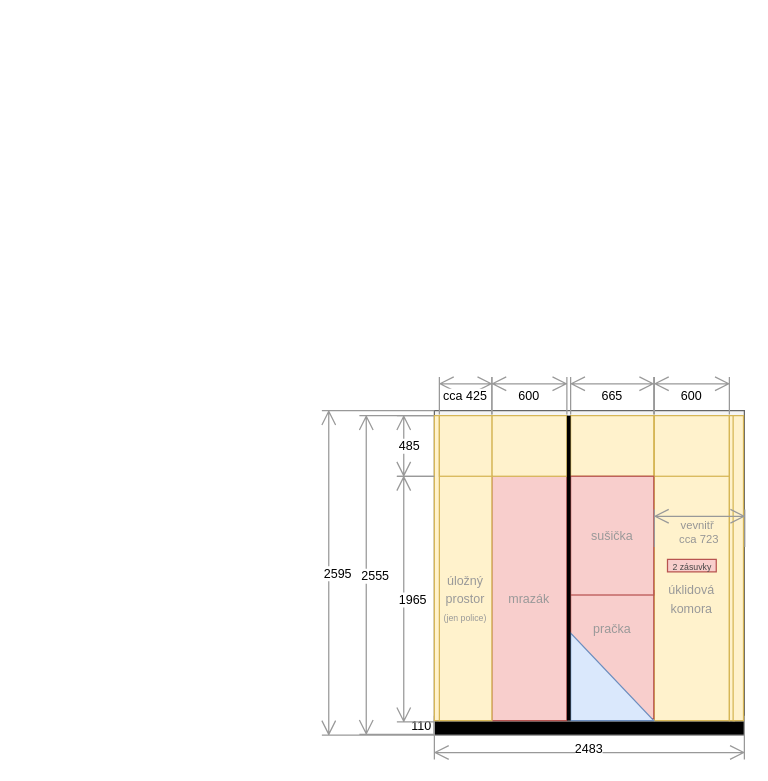
Above: docs/src/static/drawings/kitchen.wall-appliances.drawio in surquest/flat-renovation (draw.io), before the change. Source tidied: cells renumbered, new cells numbered last; positions are measured from the earlier drawing's top-left corner, leaving out a move shared by most shapes. Both pictures are drawn from the tidied source at 125%, with x=0, y=0 at pixel (321, 376).
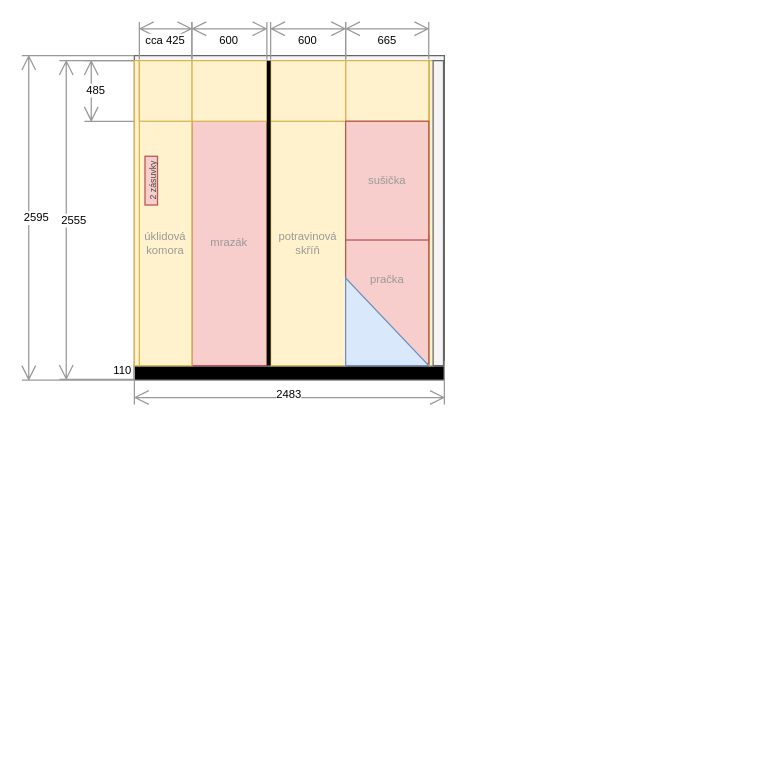
Above is the later version.

What changed in the source:
```diff
@@
-    <mxCell id="2" style="rounded=0;whiteSpace=wrap;html=1;fillColor=#f5f5f5;fontColor=#333333;strokeColor=#666666;" parent="1" vertex="1">
-      <mxGeometry x="90" y="27" width="248" height="258" as="geometry" />
-    </mxCell>
-    <mxCell id="3" style="rounded=0;whiteSpace=wrap;html=1;fillColor=#000000;fontColor=#333333;strokeColor=#666666;" parent="1" vertex="1">
-      <mxGeometry x="90" y="275.5" width="248" height="11" as="geometry" />
-    </mxCell>
+    <mxCell id="31" style="rounded=0;whiteSpace=wrap;html=1;fillColor=#f5f5f5;fontColor=#333333;strokeColor=#666666;" parent="1" vertex="1">
+      <mxGeometry x="-150" y="-257" width="248" height="258" as="geometry" />
+    </mxCell>
+    <mxCell id="32" style="rounded=0;whiteSpace=wrap;html=1;fillColor=#000000;fontColor=#333333;strokeColor=#666666;" parent="1" vertex="1">
+      <mxGeometry x="-150" y="-8.5" width="248" height="11" as="geometry" />
+    </mxCell>
-    <mxCell id="4" value="&lt;font style=&quot;font-size: 10px;&quot;&gt;mrazák&lt;/font&gt;" style="rounded=0;whiteSpace=wrap;html=1;fillColor=#f8cecc;strokeColor=#b85450;fontColor=#999999;" parent="1" vertex="1">
-      <mxGeometry x="136" y="79" width="60" height="196" as="geometry" />
+    <mxCell id="4" value="&lt;font style=&quot;font-size: 9px;&quot;&gt;mrazák&lt;/font&gt;" style="rounded=0;whiteSpace=wrap;html=1;fillColor=#f8cecc;strokeColor=#b85450;fontColor=#999999;fontSize=9;" parent="1" vertex="1">
+      <mxGeometry x="-104" y="-205" width="60" height="196" as="geometry" />
     </mxCell>
-    <mxCell id="5" value="110" style="shape=dimension;direction=south;whiteSpace=wrap;html=1;align=right;verticalAlign=middle;labelBackgroundColor=#ffffff;strokeColor=none;fontSize=10;" parent="1" vertex="1">
-      <mxGeometry x="50" y="271" width="40" height="15" as="geometry" />
+    <mxCell id="5" value="110" style="shape=dimension;direction=south;whiteSpace=wrap;html=1;align=right;verticalAlign=middle;labelBackgroundColor=#ffffff;strokeColor=none;fontSize=9;" parent="1" vertex="1">
+      <mxGeometry x="-190" y="-13" width="40" height="15" as="geometry" />
     </mxCell>
-    <mxCell id="6" value="485" style="shape=dimension;direction=south;whiteSpace=wrap;html=1;align=left;verticalAlign=middle;labelBackgroundColor=#ffffff;strokeColor=#999999;fontSize=10;" parent="1" vertex="1">
-      <mxGeometry x="60" y="31" width="30" height="48.5" as="geometry" />
+    <mxCell id="6" value="485" style="shape=dimension;direction=south;whiteSpace=wrap;html=1;align=left;verticalAlign=middle;labelBackgroundColor=#ffffff;strokeColor=#999999;fontSize=9;" parent="1" vertex="1">
+      <mxGeometry x="-190" y="-253" width="40" height="48.5" as="geometry" />
     </mxCell>
-    <mxCell id="7" style="rounded=0;whiteSpace=wrap;html=1;fillColor=#fff2cc;strokeColor=#d6b656;" parent="1" vertex="1">
-      <mxGeometry x="199" y="31" width="66.5" height="48.5" as="geometry" />
-    </mxCell>
-    <mxCell id="8" value="&lt;font style=&quot;font-size: 10px;&quot;&gt;úklidová&lt;br&gt;komora&lt;/font&gt;" style="rounded=0;whiteSpace=wrap;html=1;fillColor=#fff2cc;strokeColor=#d6b656;fontColor=#999999;" parent="1" vertex="1">
-      <mxGeometry x="266" y="79" width="60" height="196" as="geometry" />
-    </mxCell>
-    <mxCell id="9" style="rounded=0;whiteSpace=wrap;html=1;fillColor=#fff2cc;strokeColor=#d6b656;" parent="1" vertex="1">
-      <mxGeometry x="266" y="31" width="60" height="48.5" as="geometry" />
-    </mxCell>
-    <mxCell id="10" style="rounded=0;whiteSpace=wrap;html=1;fillColor=#fff2cc;strokeColor=#d6b656;" parent="1" vertex="1">
-      <mxGeometry x="326" y="31" width="4" height="244" as="geometry" />
-    </mxCell>
+    <mxCell id="33" style="rounded=0;whiteSpace=wrap;html=1;fillColor=#fff2cc;strokeColor=#d6b656;" parent="1" vertex="1">
+      <mxGeometry x="19" y="-253" width="66.5" height="48.5" as="geometry" />
+    </mxCell>
+    <mxCell id="34" value="&lt;span style=&quot;font-size: 9px;&quot;&gt;potravinová skříň&lt;/span&gt;" style="rounded=0;whiteSpace=wrap;html=1;fillColor=#fff2cc;strokeColor=#d6b656;fontColor=#999999;fontSize=9;" parent="1" vertex="1">
+      <mxGeometry x="-41" y="-205" width="60" height="196" as="geometry" />
+    </mxCell>
+    <mxCell id="35" style="rounded=0;whiteSpace=wrap;html=1;fillColor=#fff2cc;strokeColor=#d6b656;" parent="1" vertex="1">
+      <mxGeometry x="-41" y="-253" width="60" height="48.5" as="geometry" />
+    </mxCell>
+    <mxCell id="36" style="rounded=0;whiteSpace=wrap;html=1;fillColor=#fff2cc;strokeColor=#d6b656;" parent="1" vertex="1">
+      <mxGeometry x="86" y="-253" width="4" height="244" as="geometry" />
+    </mxCell>
-    <mxCell id="11" value="2483" style="shape=dimension;direction=east;whiteSpace=wrap;html=1;align=center;verticalAlign=bottom;spacingTop=-8;labelBackgroundColor=#ffffff;strokeColor=#999999;fontSize=10;" parent="1" vertex="1">
-      <mxGeometry x="90" y="271" width="248" height="35" as="geometry" />
+    <mxCell id="11" value="2483" style="shape=dimension;direction=east;whiteSpace=wrap;html=1;align=center;verticalAlign=bottom;spacingTop=-8;labelBackgroundColor=#ffffff;strokeColor=#999999;fontSize=9;" parent="1" vertex="1">
+      <mxGeometry x="-150" y="-13" width="248" height="35" as="geometry" />
     </mxCell>
-    <mxCell id="12" value="cca 425" style="shape=dimension;direction=west;whiteSpace=wrap;html=1;align=center;verticalAlign=middle;labelBackgroundColor=#ffffff;strokeColor=#999999;fontSize=10;" parent="1" vertex="1">
-      <mxGeometry x="94" width="42" height="30" as="geometry" />
+    <mxCell id="12" value="cca 425" style="shape=dimension;direction=west;whiteSpace=wrap;html=1;align=center;verticalAlign=middle;labelBackgroundColor=#ffffff;strokeColor=#999999;fontSize=9;" parent="1" vertex="1">
+      <mxGeometry x="-146" y="-284" width="42" height="30" as="geometry" />
     </mxCell>
-    <mxCell id="13" value="600" style="shape=dimension;direction=west;whiteSpace=wrap;html=1;align=center;verticalAlign=middle;labelBackgroundColor=#ffffff;strokeColor=#999999;fontSize=10;" parent="1" vertex="1">
-      <mxGeometry x="136" width="60" height="30" as="geometry" />
-    </mxCell>
+    <mxCell id="37" value="600" style="shape=dimension;direction=west;whiteSpace=wrap;html=1;align=center;verticalAlign=middle;labelBackgroundColor=#ffffff;strokeColor=#999999;fontSize=9;" parent="1" vertex="1">
+      <mxGeometry x="-104" y="-284" width="60" height="30" as="geometry" />
+    </mxCell>
-    <mxCell id="14" value="665" style="shape=dimension;direction=west;whiteSpace=wrap;html=1;align=center;verticalAlign=middle;labelBackgroundColor=#ffffff;strokeColor=#999999;fontSize=10;" parent="1" vertex="1">
-      <mxGeometry x="199" width="66.5" height="30" as="geometry" />
+    <mxCell id="14" value="665" style="shape=dimension;direction=west;whiteSpace=wrap;html=1;align=center;verticalAlign=middle;labelBackgroundColor=#ffffff;strokeColor=#999999;fontSize=9;" parent="1" vertex="1">
+      <mxGeometry x="19" y="-284" width="66.5" height="30" as="geometry" />
     </mxCell>
-    <mxCell id="15" value="600" style="shape=dimension;direction=west;whiteSpace=wrap;html=1;align=center;verticalAlign=middle;labelBackgroundColor=#ffffff;strokeColor=#999999;fontSize=10;" parent="1" vertex="1">
-      <mxGeometry x="266" width="60" height="30" as="geometry" />
-    </mxCell>
-    <mxCell id="16" style="shape=dimension;direction=west;whiteSpace=wrap;html=1;align=center;verticalAlign=middle;labelBackgroundColor=#ffffff;strokeColor=none;" parent="1" vertex="1">
-      <mxGeometry x="313" width="12" height="30" as="geometry" />
-    </mxCell>
+    <mxCell id="38" value="600" style="shape=dimension;direction=west;whiteSpace=wrap;html=1;align=center;verticalAlign=middle;labelBackgroundColor=#ffffff;strokeColor=#999999;fontSize=9;" parent="1" vertex="1">
+      <mxGeometry x="-41" y="-284" width="60" height="30" as="geometry" />
+    </mxCell>
+    <mxCell id="39" style="shape=dimension;direction=west;whiteSpace=wrap;html=1;align=center;verticalAlign=middle;labelBackgroundColor=#ffffff;strokeColor=none;" parent="1" vertex="1">
+      <mxGeometry x="73" y="-284" width="12" height="30" as="geometry" />
+    </mxCell>
-    <mxCell id="17" value="2595" style="shape=dimension;direction=south;whiteSpace=wrap;html=1;align=left;verticalAlign=middle;labelBackgroundColor=#ffffff;strokeColor=#999999;fontSize=10;" parent="1" vertex="1">
-      <mxGeometry y="27" width="90" height="259.5" as="geometry" />
+    <mxCell id="17" value="2595" style="shape=dimension;direction=south;whiteSpace=wrap;html=1;align=left;verticalAlign=middle;labelBackgroundColor=#ffffff;strokeColor=#999999;fontSize=9;" parent="1" vertex="1">
+      <mxGeometry x="-240" y="-257" width="90" height="259.5" as="geometry" />
     </mxCell>
-    <mxCell id="18" style="rounded=0;whiteSpace=wrap;html=1;fillColor=#fff2cc;strokeColor=#d6b656;" parent="1" vertex="1">
-      <mxGeometry x="136" y="31" width="60" height="48.5" as="geometry" />
-    </mxCell>
+    <mxCell id="40" style="rounded=0;whiteSpace=wrap;html=1;fillColor=#fff2cc;strokeColor=#d6b656;" parent="1" vertex="1">
+      <mxGeometry x="-104" y="-253" width="60" height="48.5" as="geometry" />
+    </mxCell>
-    <mxCell id="19" value="&lt;font style=&quot;font-size: 10px;&quot;&gt;pračka&lt;br&gt;&lt;br&gt;&lt;br&gt;&lt;br&gt;&lt;/font&gt;" style="rounded=0;whiteSpace=wrap;html=1;fillColor=#f8cecc;strokeColor=#b85450;fontColor=#999999;" parent="1" vertex="1">
-      <mxGeometry x="199" y="171" width="66.5" height="102.5" as="geometry" />
+    <mxCell id="19" value="&lt;font style=&quot;font-size: 9px;&quot;&gt;pračka&lt;br style=&quot;font-size: 9px;&quot;&gt;&lt;br style=&quot;font-size: 9px;&quot;&gt;&lt;br style=&quot;font-size: 9px;&quot;&gt;&lt;br style=&quot;font-size: 9px;&quot;&gt;&lt;/font&gt;" style="rounded=0;whiteSpace=wrap;html=1;fillColor=#f8cecc;strokeColor=#b85450;fontColor=#999999;fontSize=9;" parent="1" vertex="1">
+      <mxGeometry x="19" y="-113" width="66.5" height="102.5" as="geometry" />
     </mxCell>
-    <mxCell id="20" style="verticalLabelPosition=middle;verticalAlign=middle;html=1;shape=mxgraph.basic.orthogonal_triangle;strokeColor=#6c8ebf;fillColor=#dae8fc;labelPosition=center;align=center;" parent="1" vertex="1">
-      <mxGeometry x="199" y="205" width="66.5" height="70" as="geometry" />
-    </mxCell>
+    <mxCell id="41" style="verticalLabelPosition=middle;verticalAlign=middle;html=1;shape=mxgraph.basic.orthogonal_triangle;strokeColor=#6c8ebf;fillColor=#dae8fc;labelPosition=center;align=center;" parent="1" vertex="1">
+      <mxGeometry x="19" y="-79" width="66.5" height="70" as="geometry" />
+    </mxCell>
-    <mxCell id="21" value="&lt;font style=&quot;font-size: 10px;&quot;&gt;sušička&lt;/font&gt;" style="rounded=0;whiteSpace=wrap;html=1;fillColor=#f8cecc;strokeColor=#b85450;fontColor=#999999;" parent="1" vertex="1">
-      <mxGeometry x="199" y="79.5" width="66.5" height="95" as="geometry" />
+    <mxCell id="21" value="&lt;font style=&quot;font-size: 9px;&quot;&gt;sušička&lt;/font&gt;" style="rounded=0;whiteSpace=wrap;html=1;fillColor=#f8cecc;strokeColor=#b85450;fontColor=#999999;fontSize=9;" parent="1" vertex="1">
+      <mxGeometry x="19" y="-204.5" width="66.5" height="95" as="geometry" />
     </mxCell>
-    <mxCell id="22" value="2555" style="shape=dimension;direction=south;whiteSpace=wrap;html=1;align=left;verticalAlign=middle;labelBackgroundColor=#ffffff;strokeColor=#999999;fontSize=10;" parent="1" vertex="1">
-      <mxGeometry x="30" y="31" width="60" height="255" as="geometry" />
+    <mxCell id="22" value="2555" style="shape=dimension;direction=south;whiteSpace=wrap;html=1;align=left;verticalAlign=middle;labelBackgroundColor=#ffffff;strokeColor=#999999;fontSize=9;" parent="1" vertex="1">
+      <mxGeometry x="-210" y="-253" width="60" height="255" as="geometry" />
     </mxCell>
-    <mxCell id="23" value="&lt;span style=&quot;color: rgb(153, 153, 153); font-size: 10px;&quot;&gt;úložný prostor&lt;/span&gt;&lt;div&gt;&lt;font style=&quot;font-size: 7px;&quot; color=&quot;#999999&quot;&gt;(jen police)&lt;/font&gt;&lt;/div&gt;" style="rounded=0;whiteSpace=wrap;html=1;fillColor=#fff2cc;strokeColor=#d6b656;" parent="1" vertex="1">
-      <mxGeometry x="94" y="79" width="42" height="196" as="geometry" />
-    </mxCell>
-    <mxCell id="24" style="rounded=0;whiteSpace=wrap;html=1;fillColor=#fff2cc;strokeColor=#d6b656;" parent="1" vertex="1">
-      <mxGeometry x="90" y="31" width="4" height="244" as="geometry" />
-    </mxCell>
-    <mxCell id="25" style="rounded=0;whiteSpace=wrap;html=1;fillColor=#fff2cc;strokeColor=#d6b656;" parent="1" vertex="1">
-      <mxGeometry x="329" y="31" width="8.3" height="244" as="geometry" />
-    </mxCell>
-    <mxCell id="26" value="&lt;font style=&quot;font-size: 9px;&quot;&gt;vevnitř&amp;nbsp;&lt;/font&gt;&lt;div style=&quot;font-size: 9px;&quot;&gt;&lt;font style=&quot;font-size: 9px;&quot;&gt;cca 723&lt;/font&gt;&lt;/div&gt;" style="shape=dimension;direction=west;whiteSpace=wrap;html=1;align=center;verticalAlign=top;labelBackgroundColor=none;strokeColor=#999999;fontSize=10;spacing=2;fontColor=#969696;" parent="1" vertex="1">
-      <mxGeometry x="266" y="106" width="72.3" height="30" as="geometry" />
-    </mxCell>
+    <mxCell id="8" value="&lt;font color=&quot;#999999&quot; style=&quot;font-size: 9px;&quot;&gt;&lt;span style=&quot;font-size: 9px;&quot;&gt;úklidová komora&lt;/span&gt;&lt;/font&gt;" style="rounded=0;whiteSpace=wrap;html=1;fillColor=#fff2cc;strokeColor=#d6b656;fontSize=9;" parent="1" vertex="1">
+      <mxGeometry x="-146" y="-205" width="42" height="196" as="geometry" />
+    </mxCell>
+    <mxCell id="42" style="rounded=0;whiteSpace=wrap;html=1;fillColor=#fff2cc;strokeColor=#d6b656;" parent="1" vertex="1">
+      <mxGeometry x="-150" y="-253" width="4" height="244" as="geometry" />
+    </mxCell>
+    <mxCell id="43" style="rounded=0;whiteSpace=wrap;html=1;fillColor=#f5f5f5;strokeColor=#666666;fontColor=#333333;" parent="1" vertex="1">
+      <mxGeometry x="89" y="-253" width="8.3" height="244" as="geometry" />
+    </mxCell>
-    <mxCell id="27" value="&lt;font style=&quot;font-size: 7px;&quot;&gt;2 zásuvky&lt;/font&gt;" style="rounded=0;whiteSpace=wrap;html=1;fillColor=#f8cecc;strokeColor=#b85450;verticalAlign=middle;fontColor=#474747;" parent="1" vertex="1">
-      <mxGeometry x="276.5" y="146" width="39" height="10" as="geometry" />
+    <mxCell id="27" value="&lt;font style=&quot;font-size: 7px;&quot;&gt;2 zásuvky&lt;/font&gt;" style="rounded=0;whiteSpace=wrap;html=1;fillColor=#f8cecc;strokeColor=#b85450;verticalAlign=middle;fontColor=#474747;rotation=-90;" parent="1" vertex="1">
+      <mxGeometry x="-156" y="-162" width="39" height="10" as="geometry" />
     </mxCell>
-    <mxCell id="28" style="rounded=0;whiteSpace=wrap;html=1;fillColor=#000000;strokeColor=none;" parent="1" vertex="1">
-      <mxGeometry x="196" y="31" width="3" height="244" as="geometry" />
-    </mxCell>
-    <mxCell id="29" style="rounded=0;whiteSpace=wrap;html=1;fillColor=#fff2cc;strokeColor=#d6b656;" parent="1" vertex="1">
-      <mxGeometry x="94" y="31" width="42" height="48.5" as="geometry" />
-    </mxCell>
-    <mxCell id="30" value="1965" style="shape=dimension;direction=south;whiteSpace=wrap;html=1;align=left;verticalAlign=middle;labelBackgroundColor=#ffffff;strokeColor=#999999;fontSize=10;" parent="1" vertex="1">
-      <mxGeometry x="60" y="79.5" width="30" height="196.5" as="geometry" />
-    </mxCell>
+    <mxCell id="44" style="rounded=0;whiteSpace=wrap;html=1;fillColor=#000000;strokeColor=none;" parent="1" vertex="1">
+      <mxGeometry x="-44" y="-253" width="3" height="244" as="geometry" />
+    </mxCell>
+    <mxCell id="45" style="rounded=0;whiteSpace=wrap;html=1;fillColor=#fff2cc;strokeColor=#d6b656;" parent="1" vertex="1">
+      <mxGeometry x="-146" y="-253" width="42" height="48.5" as="geometry" />
+    </mxCell>
```
